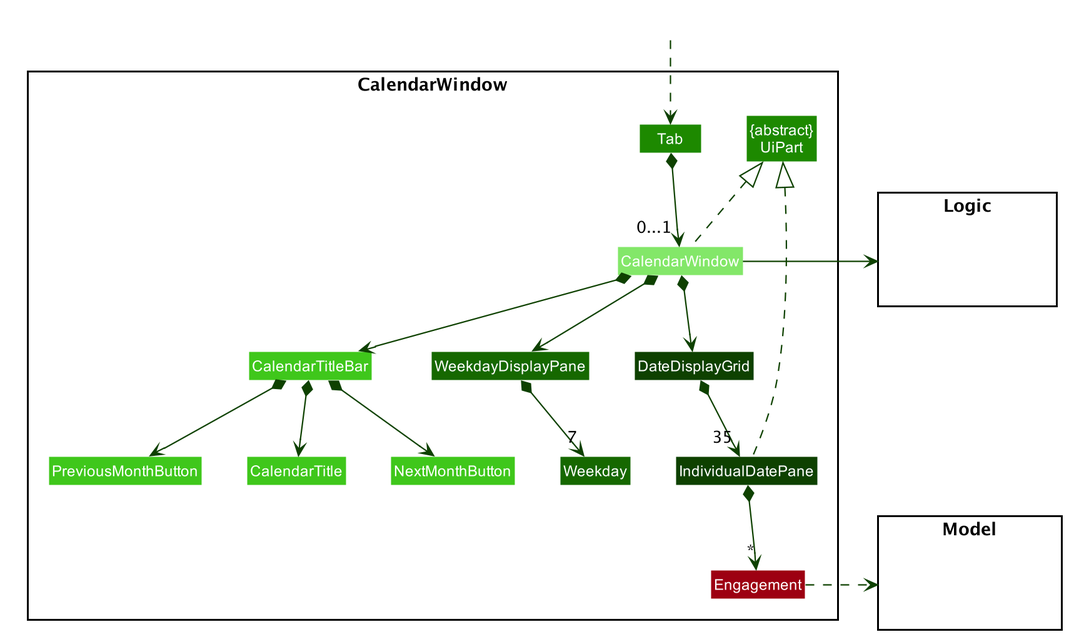
The PlantUML diagram images/CalendarWindowClassDiagram.png in AY1920S1-CS2103T-F14-3/main, before a commit. Source of this version:
```plantuml
@startuml








skinparam BackgroundColor #FFFFFFF

skinparam Shadowing false

skinparam Class {
    FontColor #FFFFFF
    BorderThickness 1
    BorderColor #FFFFFF
    StereotypeFontColor #FFFFFF
    FontName Arial
}

skinparam Actor {
    BorderColor #000000
    Color #000000
    FontName Arial
}

skinparam Sequence {
    MessageAlign center
    BoxFontSize 15
    BoxPadding 0
    BoxFontColor #FFFFFF
    FontName Arial
}

skinparam Participant {
    FontColor #FFFFFFF
    Padding 20
}

skinparam MinClassWidth 50
skinparam ParticipantPadding 10
skinparam Shadowing false
skinparam DefaultTextAlignment center
skinparam packageStyle Rectangle

hide footbox
hide members
hide circle
skinparam arrowThickness 1.1
skinparam arrowColor #0E4100

package CalendarWindow <<Rectangle>>{
Class Tab #1D8900
Class "{abstract}\nUiPart" as UiPart #1D8900
Class CalendarWindow #83E769
Class CalendarTitleBar #3FC71B
Class PreviousMonthButton #3FC71B
Class CalendarTitle #3FC71B
Class NextMonthButton #3FC71B
Class WeekdayDisplayPane #166800
Class Weekday #166800
Class DateDisplayGrid #0E4100
Class IndividualDatePane #0E4100
Class Engagement #9D0012
}

package Model <<Rectangle>> {
Class HiddenModel #FFFFFF
}

package Logic <<Rectangle>> {
Class HiddenLogic #FFFFFF
}

Class HiddenOutside #FFFFFF
HiddenOutside ..> Tab
Tab *-down-> "0...1" CalendarWindow

CalendarWindow .up.|> UiPart
CalendarWindow -right-> Logic
CalendarWindow *-down-> CalendarTitleBar
CalendarWindow *-down-> WeekdayDisplayPane
CalendarWindow *-down-> DateDisplayGrid

CalendarTitleBar *-down-> PreviousMonthButton
CalendarTitleBar *-down-> CalendarTitle
CalendarTitleBar *-down-> NextMonthButton

WeekdayDisplayPane *-down-> "7" Weekday

DateDisplayGrid *-down-> "35" IndividualDatePane

IndividualDatePane .up.|> UiPart
IndividualDatePane *-down-> "*" Engagement

Engagement .right.> Model

@enduml
```
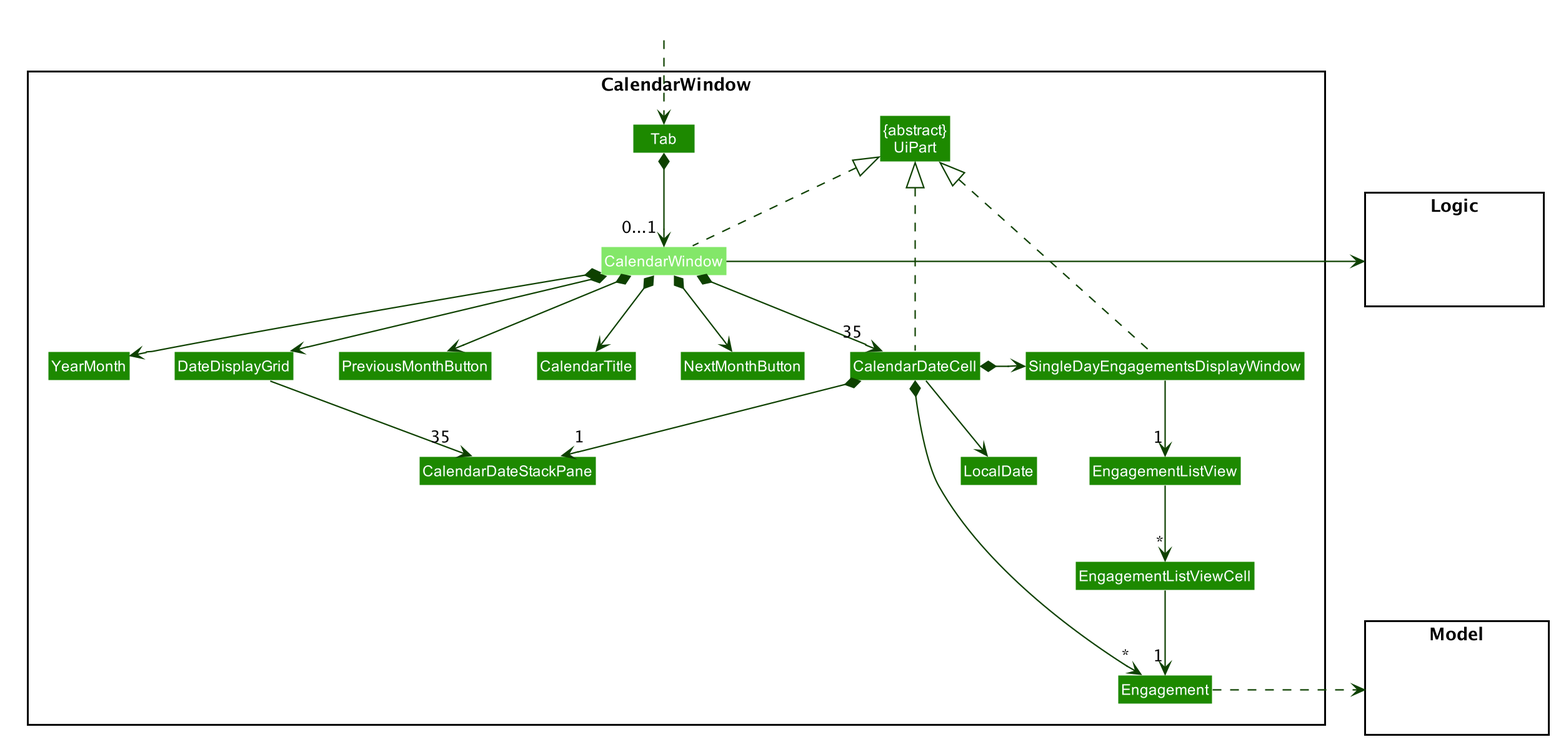
After the change.

The edit, as a diff of the source:
```diff
@@ -49,20 +49,24 @@
 hide circle
 skinparam arrowThickness 1.1
 skinparam arrowColor #0E4100
+skinparam classBackgroundColor #1D8900
 
 package CalendarWindow <<Rectangle>>{
 Class Tab #1D8900
 Class "{abstract}\nUiPart" as UiPart #1D8900
 Class CalendarWindow #83E769
-Class CalendarTitleBar #3FC71B
-Class PreviousMonthButton #3FC71B
-Class CalendarTitle #3FC71B
-Class NextMonthButton #3FC71B
-Class WeekdayDisplayPane #166800
-Class Weekday #166800
-Class DateDisplayGrid #0E4100
-Class IndividualDatePane #0E4100
-Class Engagement #9D0012
+Class YearMonth
+Class CalendarDateCell
+Class DateDisplayGrid
+Class CalendarDateStackPane
+Class SingleDayEngagementsDisplayWindow
+Class EngagementListView
+Class EngagementListViewCell
+Class Engagement
+Class LocalDate
+Class PreviousMonthButton
+Class CalendarTitle
+Class NextMonthButton
 }
 
 package Model <<Rectangle>> {
@@ -77,22 +81,29 @@
 HiddenOutside ..> Tab
 Tab *-down-> "0...1" CalendarWindow
 
+CalendarWindow *-down-> PreviousMonthButton
+CalendarWindow *-down-> CalendarTitle
+CalendarWindow *-down-> NextMonthButton
 CalendarWindow .up.|> UiPart
 CalendarWindow -right-> Logic
-CalendarWindow *-down-> CalendarTitleBar
-CalendarWindow *-down-> WeekdayDisplayPane
+CalendarWindow *-down-> YearMonth
 CalendarWindow *-down-> DateDisplayGrid
+CalendarWindow *-down-> "35" CalendarDateCell
 
-CalendarTitleBar *-down-> PreviousMonthButton
-CalendarTitleBar *-down-> CalendarTitle
-CalendarTitleBar *-down-> NextMonthButton
+DateDisplayGrid -down-> "35" CalendarDateStackPane
 
-WeekdayDisplayPane *-down-> "7" Weekday
+CalendarDateCell .up.|> UiPart
+CalendarDateCell *-down-> "1" CalendarDateStackPane
+CalendarDateCell *-down-> "*" Engagement
+CalendarDateCell *-right-> SingleDayEngagementsDisplayWindow
+CalendarDateCell -down-> LocalDate
 
-DateDisplayGrid *-down-> "35" IndividualDatePane
+SingleDayEngagementsDisplayWindow .up.|> UiPart
+SingleDayEngagementsDisplayWindow -down-> "1" EngagementListView
 
-IndividualDatePane .up.|> UiPart
-IndividualDatePane *-down-> "*" Engagement
+EngagementListView -down-> "*" EngagementListViewCell
+
+EngagementListViewCell -down-> "1" Engagement
 
 Engagement .right.> Model
 
```
